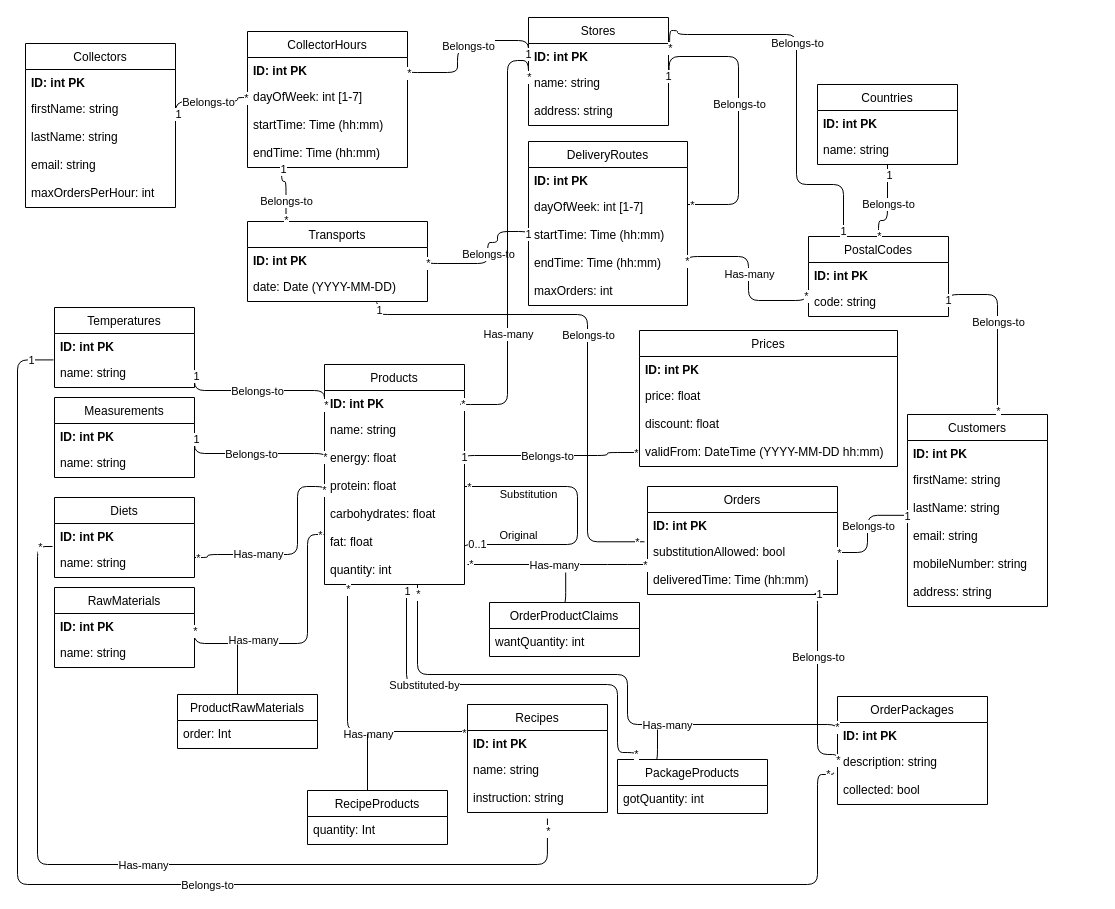
Before: Untitled Diagram.drawio in luxas/test-drawio, a draw.io diagram. Source tidied: cells renumbered, new cells numbered last; positions are measured from the earlier drawing's top-left corner, leaving out a move shared by most shapes. Both pictures are drawn from the tidied source at 100%, with x=0, y=0 at pixel (17, 17).
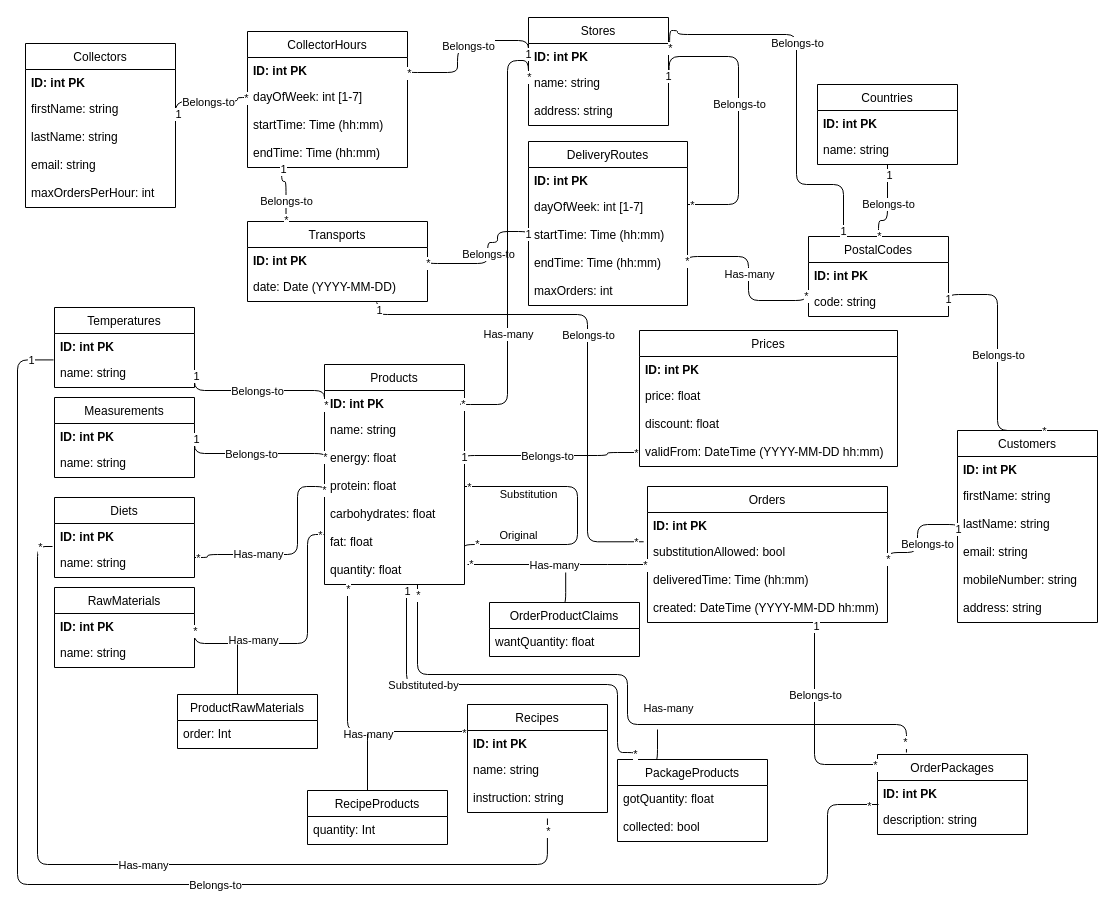
The same page after the edit.

Unchanged cells that the change refers to:
```xml
<mxCell id="3" value="ID: int PK" style="text;strokeColor=none;fillColor=none;align=left;verticalAlign=top;spacingLeft=4;spacingRight=4;overflow=hidden;points=[[0,0.5],[1,0.5]];portConstraint=eastwest;fontStyle=1;" parent="2" vertex="1">
  <mxGeometry y="26" width="140" height="26" as="geometry" />
</mxCell>
<mxCell id="16" value="PostalCodes" style="swimlane;fontStyle=0;horizontal=1;startSize=26;fillColor=none;" parent="1" vertex="1">
  <mxGeometry x="791" y="219" width="140" height="80" as="geometry" />
</mxCell>
<mxCell id="53" value="Products" style="swimlane;fontStyle=0;horizontal=1;startSize=26;fillColor=none;" parent="1" vertex="1">
  <mxGeometry x="307" y="347" width="140" height="220" as="geometry" />
</mxCell>
<mxCell id="63" value="name: string" style="text;strokeColor=none;fillColor=none;align=left;verticalAlign=top;spacingLeft=4;spacingRight=4;overflow=hidden;points=[[0,0.5],[1,0.5]];portConstraint=eastwest;" parent="61" vertex="1">
  <mxGeometry y="52" width="140" height="28" as="geometry" />
</mxCell>
<mxCell id="123" value="lastName: string " style="text;strokeColor=none;fillColor=none;align=left;verticalAlign=top;spacingLeft=4;spacingRight=4;overflow=hidden;points=[[0,0.5],[1,0.5]];portConstraint=eastwest;" parent="120" vertex="1">
  <mxGeometry y="80" width="140" height="28" as="geometry" />
</mxCell>
<mxCell id="131" style="endArrow=none;html=1;edgeStyle=orthogonalEdgeStyle;exitX=0.994;exitY=0.077;exitDx=0;exitDy=0;exitPerimeter=0;entryX=1;entryY=0.5;entryDx=0;entryDy=0;" parent="1" edge="1" target="57">
  <mxGeometry relative="1" as="geometry">
    <mxPoint x="447" y="531.2" as="sourcePoint" />
    <Array as="points">
      <mxPoint x="447" y="527" />
      <mxPoint x="560" y="527" />
      <mxPoint x="560" y="469" />
    </Array>
  </mxGeometry>
</mxCell>
<mxCell id="149" value="ID: int PK" style="text;strokeColor=none;fillColor=none;align=left;verticalAlign=top;spacingLeft=4;spacingRight=4;overflow=hidden;points=[[0,0.5],[1,0.5]];portConstraint=eastwest;fontStyle=1;" parent="148" vertex="1">
  <mxGeometry y="26" width="150" height="26" as="geometry" />
</mxCell>
<mxCell id="150" value="description: string" style="text;strokeColor=none;fillColor=none;align=left;verticalAlign=top;spacingLeft=4;spacingRight=4;overflow=hidden;points=[[0,0.5],[1,0.5]];portConstraint=eastwest;" parent="148" vertex="1">
  <mxGeometry y="52" width="150" height="28" as="geometry" />
</mxCell>
<mxCell id="182" value="OrderProductClaims" style="swimlane;fontStyle=0;horizontal=1;startSize=26;fillColor=none;" parent="1" vertex="1">
  <mxGeometry x="472" y="585" width="150" height="54" as="geometry" />
</mxCell>
```

The edit, as a diff of the source:
```diff
@@
-    <mxCell id="60" value="quantity: int" style="text;strokeColor=none;fillColor=none;align=left;verticalAlign=top;spacingLeft=4;spacingRight=4;overflow=hidden;" parent="53" vertex="1">
+    <mxCell id="60" value="quantity: float" style="text;strokeColor=none;fillColor=none;align=left;verticalAlign=top;spacingLeft=4;spacingRight=4;overflow=hidden;" parent="53" vertex="1">
       <mxGeometry y="192" width="140" height="28" as="geometry" />
     </mxCell>
@@
     <mxCell id="120" value="Customers" style="swimlane;fontStyle=0;horizontal=1;startSize=26;fillColor=none;" parent="1" vertex="1">
-      <mxGeometry x="890" y="397" width="140" height="192" as="geometry" />
+      <mxGeometry x="940" y="413" width="140" height="192" as="geometry" />
     </mxCell>
@@
-    <mxCell id="133" value="0..1" style="edgeLabel;html=1;align=center;verticalAlign=middle;" parent="131" vertex="1">
+    <mxCell id="133" value="*" style="edgeLabel;html=1;align=center;verticalAlign=middle;" parent="131" vertex="1">
       <mxGeometry x="-0.97" y="1" relative="1" as="geometry">
         <mxPoint x="12.9" as="offset" />
       </mxGeometry>
     </mxCell>
@@
     <mxCell id="136" value="Orders" style="swimlane;fontStyle=0;horizontal=1;startSize=26;fillColor=none;" parent="1" vertex="1">
-      <mxGeometry x="630" y="469" width="190" height="108" as="geometry" />
+      <mxGeometry x="630" y="469" width="240" height="136" as="geometry" />
     </mxCell>
     <mxCell id="137" value="ID: int PK" style="text;strokeColor=none;fillColor=none;align=left;verticalAlign=top;spacingLeft=4;spacingRight=4;overflow=hidden;fontStyle=1;" parent="136" vertex="1">
-      <mxGeometry y="26" width="190" height="26" as="geometry" />
+      <mxGeometry y="26" width="240" height="26" as="geometry" />
     </mxCell>
     <mxCell id="138" value="substitutionAllowed: bool " style="text;strokeColor=none;fillColor=none;align=left;verticalAlign=top;spacingLeft=4;spacingRight=4;overflow=hidden;points=[[0,0.5],[1,0.5]];portConstraint=eastwest;" parent="136" vertex="1">
-      <mxGeometry y="52" width="190" height="28" as="geometry" />
+      <mxGeometry y="52" width="240" height="28" as="geometry" />
     </mxCell>
     <mxCell id="139" value="deliveredTime: Time (hh:mm)" style="text;strokeColor=none;fillColor=none;align=left;verticalAlign=top;spacingLeft=4;spacingRight=4;overflow=hidden;points=[[0,0.5],[1,0.5]];portConstraint=eastwest;" parent="136" vertex="1">
-      <mxGeometry y="80" width="190" height="28" as="geometry" />
+      <mxGeometry y="80" width="240" height="28" as="geometry" />
     </mxCell>
+    <mxCell id="189" value="created: DateTime (YYYY-MM-DD hh:mm)" style="text;strokeColor=none;fillColor=none;align=left;verticalAlign=top;spacingLeft=4;spacingRight=4;overflow=hidden;points=[[0,0.5],[1,0.5]];portConstraint=eastwest;" parent="136" vertex="1">
+      <mxGeometry y="108" width="240" height="28" as="geometry" />
+    </mxCell>
-    <mxCell id="140" style="endArrow=none;html=1;edgeStyle=orthogonalEdgeStyle;exitX=0.012;exitY=0.744;exitDx=0;exitDy=0;exitPerimeter=0;entryX=1;entryY=0.5;entryDx=0;entryDy=0;" parent="1" edge="1" source="123" target="138">
+    <mxCell id="140" style="endArrow=none;html=1;edgeStyle=orthogonalEdgeStyle;exitX=0.012;exitY=0.744;exitDx=0;exitDy=0;exitPerimeter=0;entryX=1.004;entryY=0.786;entryDx=0;entryDy=0;entryPerimeter=0;" parent="1" edge="1" source="123" target="138">
       <mxGeometry relative="1" as="geometry">
         <Array as="points">
-          <mxPoint x="850" y="498" />
-          <mxPoint x="850" y="535" />
+          <mxPoint x="942" y="507" />
+          <mxPoint x="900" y="507" />
+          <mxPoint x="900" y="535" />
+          <mxPoint x="871" y="535" />
         </Array>
       </mxGeometry>
     </mxCell>
@@
     <mxCell id="143" value="Belongs-to" style="edgeLabel;html=1;align=center;verticalAlign=middle;" parent="140" vertex="1">
-      <mxGeometry x="-0.04" relative="1" as="geometry" />
+      <mxGeometry x="-0.04" relative="1" as="geometry">
+        <mxPoint x="9.3" y="14.5" as="offset" />
+      </mxGeometry>
     </mxCell>
@@
     <mxCell id="148" value="OrderPackages" style="swimlane;fontStyle=0;horizontal=1;startSize=26;fillColor=none;" parent="1" vertex="1">
-      <mxGeometry x="820" y="679" width="150" height="108" as="geometry" />
+      <mxGeometry x="860" y="737" width="150" height="80" as="geometry" />
     </mxCell>
@@
-    <mxCell id="151" value="collected: bool" style="text;strokeColor=none;fillColor=none;align=left;verticalAlign=top;spacingLeft=4;spacingRight=4;overflow=hidden;points=[[0,0.5],[1,0.5]];portConstraint=eastwest;" parent="148" vertex="1">
-      <mxGeometry y="80" width="150" height="28" as="geometry" />
-    </mxCell>
-    <mxCell id="152" style="endArrow=none;html=1;edgeStyle=orthogonalEdgeStyle;exitX=0.88;exitY=0.968;exitDx=0;exitDy=0;exitPerimeter=0;entryX=0;entryY=0.5;entryDx=0;entryDy=0;" parent="1" edge="1" source="139" target="150">
+    <mxCell id="152" style="endArrow=none;html=1;edgeStyle=orthogonalEdgeStyle;" parent="1" edge="1" source="189">
       <mxGeometry relative="1" as="geometry">
+        <mxPoint x="860" y="747" as="targetPoint" />
         <Array as="points">
-          <mxPoint x="800" y="737" />
-          <mxPoint x="820" y="737" />
+          <mxPoint x="797" y="747" />
         </Array>
       </mxGeometry>
     </mxCell>
@@
-    <mxCell id="156" style="endArrow=none;html=1;edgeStyle=orthogonalEdgeStyle;exitX=-0.026;exitY=-0.138;exitDx=0;exitDy=0;exitPerimeter=0;entryX=-0.007;entryY=0.015;entryDx=0;entryDy=0;entryPerimeter=0;" parent="1" edge="1" source="151" target="63">
+    <mxCell id="156" style="endArrow=none;html=1;edgeStyle=orthogonalEdgeStyle;entryX=-0.007;entryY=0.015;entryDx=0;entryDy=0;entryPerimeter=0;exitX=0.007;exitY=-0.071;exitDx=0;exitDy=0;exitPerimeter=0;" parent="1" edge="1" source="150" target="63">
       <mxGeometry relative="1" as="geometry">
         <Array as="points">
-          <mxPoint x="816" y="757" />
-          <mxPoint x="800" y="757" />
-          <mxPoint x="800" y="867" />
+          <mxPoint x="810" y="787" />
+          <mxPoint x="810" y="867" />
           <mxPoint y="867" />
           <mxPoint y="342" />
         </Array>
       </mxGeometry>
     </mxCell>
@@
+    <mxCell id="159" value="Belongs-to" style="edgeLabel;html=1;align=center;verticalAlign=middle;" parent="156" vertex="1">
+      <mxGeometry x="-0.04" relative="1" as="geometry">
+        <mxPoint x="-23" as="offset" />
+      </mxGeometry>
+    </mxCell>
     <mxCell id="158" value="*" style="edgeLabel;html=1;align=center;verticalAlign=middle;" parent="156" vertex="1">
-      <mxGeometry x="-0.97" y="1" relative="1" as="geometry">
-        <mxPoint x="9" y="-4.1" as="offset" />
+      <mxGeometry x="-0.95" y="1" relative="1" as="geometry">
+        <mxPoint x="28.9" as="offset" />
       </mxGeometry>
     </mxCell>
-    <mxCell id="159" value="Belongs-to" style="edgeLabel;html=1;align=center;verticalAlign=middle;" parent="156" vertex="1">
-      <mxGeometry x="-0.04" relative="1" as="geometry">
-        <mxPoint x="-23" as="offset" />
-      </mxGeometry>
-    </mxCell>
     <mxCell id="160" value="PackageProducts" style="swimlane;fontStyle=0;horizontal=1;startSize=26;fillColor=none;" parent="1" vertex="1">
-      <mxGeometry x="600" y="742" width="150" height="54" as="geometry" />
+      <mxGeometry x="600" y="742" width="150" height="82" as="geometry" />
     </mxCell>
-    <mxCell id="161" value="gotQuantity: int" style="text;strokeColor=none;fillColor=none;align=left;verticalAlign=top;spacingLeft=4;spacingRight=4;overflow=hidden;" parent="160" vertex="1">
+    <mxCell id="161" value="gotQuantity: float" style="text;strokeColor=none;fillColor=none;align=left;verticalAlign=top;spacingLeft=4;spacingRight=4;overflow=hidden;" parent="160" vertex="1">
       <mxGeometry y="26" width="150" height="28" as="geometry" />
     </mxCell>
+    <mxCell id="151" value="collected: bool" style="text;strokeColor=none;fillColor=none;align=left;verticalAlign=top;spacingLeft=4;spacingRight=4;overflow=hidden;points=[[0,0.5],[1,0.5]];portConstraint=eastwest;" parent="160" vertex="1">
+      <mxGeometry y="54" width="150" height="28" as="geometry" />
+    </mxCell>
-    <mxCell id="162" style="endArrow=none;html=1;edgeStyle=orthogonalEdgeStyle;exitX=0;exitY=0.5;exitDx=0;exitDy=0;" parent="1" edge="1" source="149">
+    <mxCell id="162" style="endArrow=none;html=1;edgeStyle=orthogonalEdgeStyle;exitX=0.193;exitY=-0.025;exitDx=0;exitDy=0;exitPerimeter=0;" parent="1" edge="1" source="148">
       <mxGeometry relative="1" as="geometry">
         <mxPoint x="400" y="567" as="targetPoint" />
         <Array as="points">
-          <mxPoint x="820" y="707" />
+          <mxPoint x="889" y="707" />
           <mxPoint x="610" y="707" />
           <mxPoint x="610" y="657" />
           <mxPoint x="400" y="657" />
-          <mxPoint x="400" y="567" />
         </Array>
       </mxGeometry>
     </mxCell>
@@
     <mxCell id="165" value="Has-many" style="edgeLabel;html=1;align=center;verticalAlign=middle;" parent="162" vertex="1">
       <mxGeometry x="-0.04" relative="1" as="geometry">
-        <mxPoint x="42.3" y="50" as="offset" />
+        <mxPoint x="40" y="-9" as="offset" />
       </mxGeometry>
     </mxCell>
@@
     <mxCell id="178" style="endArrow=none;html=1;edgeStyle=orthogonalEdgeStyle;entryX=1.008;entryY=0.379;entryDx=0;entryDy=0;entryPerimeter=0;exitX=0.25;exitY=0;exitDx=0;exitDy=0;" parent="1" edge="1" source="16" target="3">
       <mxGeometry relative="1" as="geometry">
         <Array as="points">
           <mxPoint x="826" y="167" />
           <mxPoint x="779" y="167" />
           <mxPoint x="779" y="17" />
           <mxPoint x="660" y="17" />
           <mxPoint x="660" y="13" />
+          <mxPoint x="652" y="13" />
         </Array>
       </mxGeometry>
     </mxCell>
@@
-    <mxCell id="183" value="wantQuantity: int" style="text;strokeColor=none;fillColor=none;align=left;verticalAlign=top;spacingLeft=4;spacingRight=4;overflow=hidden;" parent="182" vertex="1">
+    <mxCell id="183" value="wantQuantity: float" style="text;strokeColor=none;fillColor=none;align=left;verticalAlign=top;spacingLeft=4;spacingRight=4;overflow=hidden;" parent="182" vertex="1">
       <mxGeometry y="26" width="150" height="28" as="geometry" />
     </mxCell>
```
